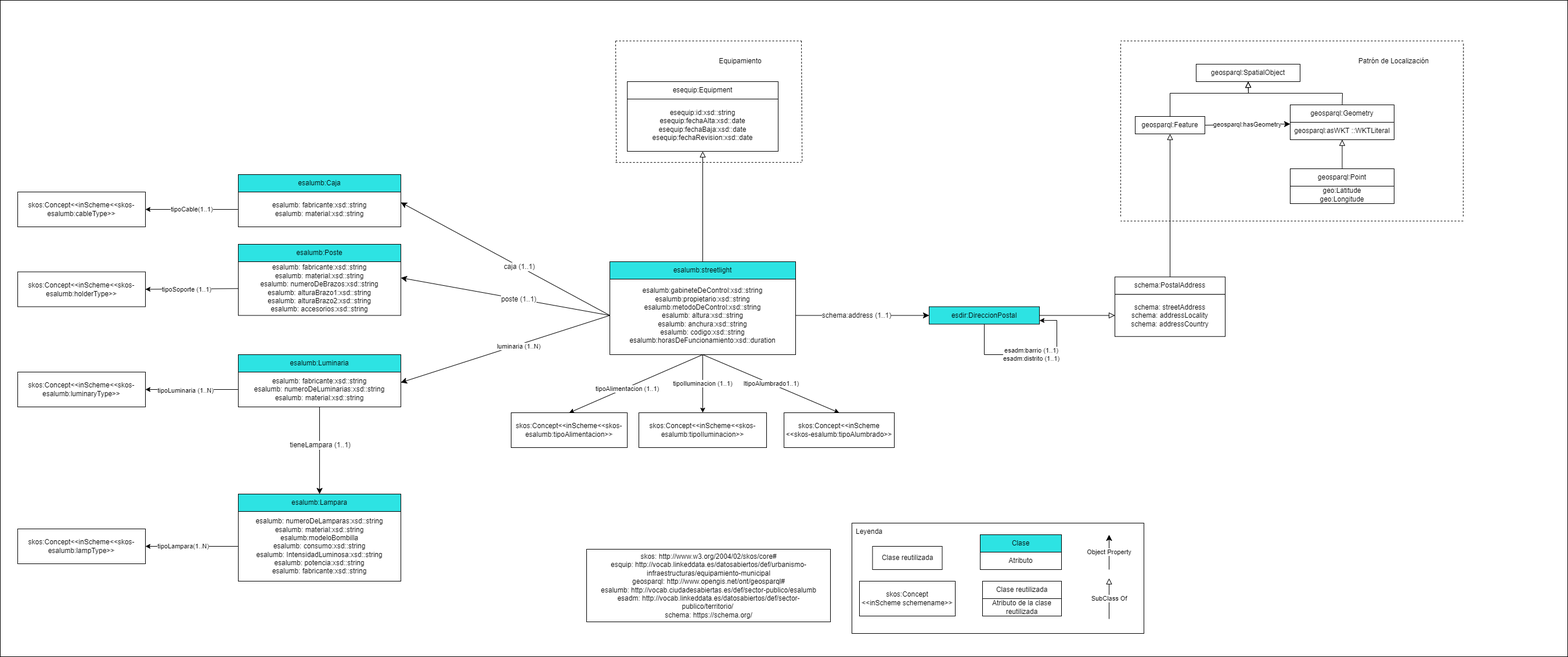
opencitydata/urbanismo-infraestructuras-alumbrado-publico keeps this draw.io diagram as v1.0-rc/images/Es/Diagrama Alumbrado.png. Above is the earlier version. Source tidied: cells renumbered, new cells last; positions are measured from the earlier drawing's top-left corner, leaving out a move shared by most shapes.
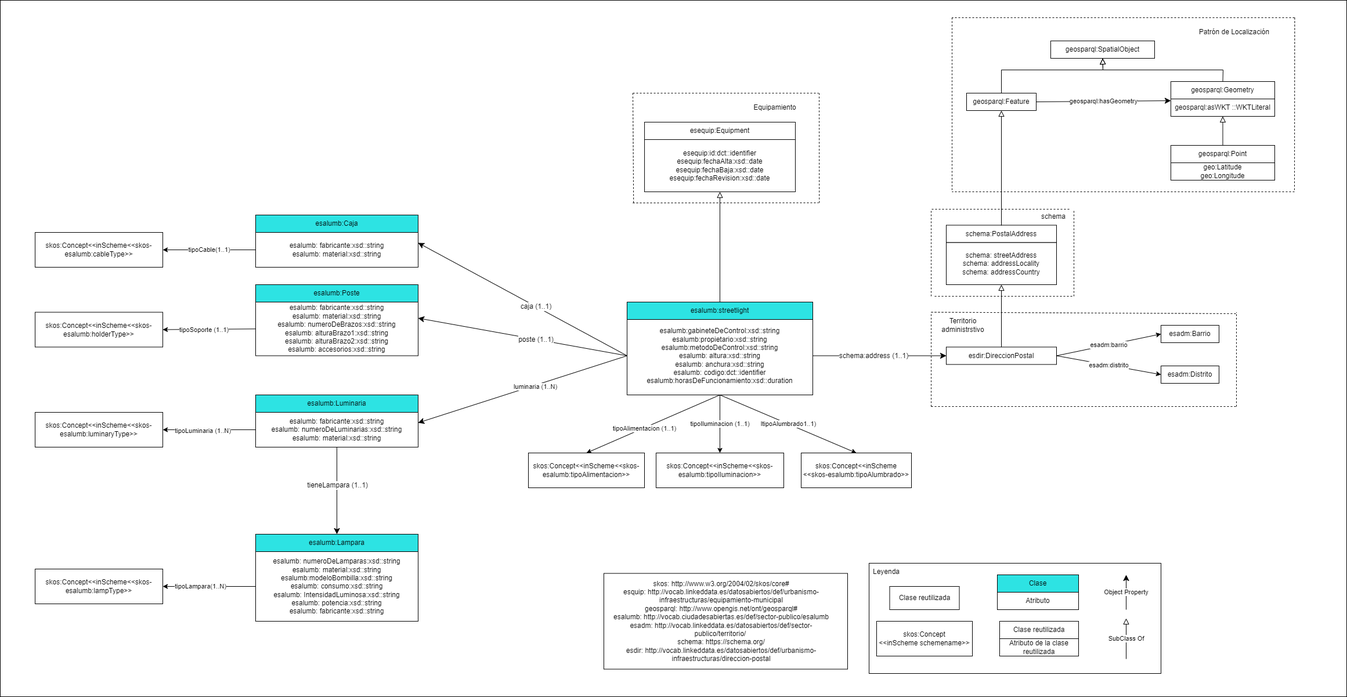
Above is the later version.

Change to the diagram source:
```diff
@@ -4,6 +4,6 @@
     <mxCell id="1" parent="0" />
-    <mxCell id="2" style="rounded=0;whiteSpace=wrap;html=1;fillColor=#FFFFFF;" parent="1" vertex="1">
-      <mxGeometry width="2700" height="1130" as="geometry" />
-    </mxCell>
+    <mxCell id="84" style="rounded=0;whiteSpace=wrap;html=1;" parent="1" vertex="1">
+      <mxGeometry x="-30" y="-70" width="2320" height="1200" as="geometry" />
+    </mxCell>
-    <mxCell id="3" value="&lt;span&gt;esalumb:gabineteDeControl:xsd::string&lt;/span&gt;&lt;u&gt;&lt;br&gt;&lt;/u&gt;esalumb:propietario:xsd::string&lt;br&gt;esalumb:metodoDeControl:xsd::string&lt;br&gt;esalumb: altura:xsd::string&lt;br&gt;esalumb: anchura:xsd::string&lt;br&gt;esalumb: codigo:xsd::string&lt;br&gt;esalumb:horasDeFuncionamiento:xsd::duration&lt;span&gt;&lt;br&gt;&lt;/span&gt;" style="rounded=0;whiteSpace=wrap;html=1;snapToPoint=1;points=[[0.1,0],[0.2,0],[0.3,0],[0.4,0],[0.5,0],[0.6,0],[0.7,0],[0.8,0],[0.9,0],[0,0.1],[0,0.3],[0,0.5],[0,0.7],[0,0.9],[0.1,1],[0.2,1],[0.3,1],[0.4,1],[0.5,1],[0.6,1],[0.7,1],[0.8,1],[0.9,1],[1,0.1],[1,0.3],[1,0.5],[1,0.7],[1,0.9]];" parent="1" vertex="1">
+    <mxCell id="3" value="&lt;span&gt;esalumb:gabineteDeControl:xsd::string&lt;/span&gt;&lt;u&gt;&lt;br&gt;&lt;/u&gt;esalumb:propietario:xsd::string&lt;br&gt;esalumb:metodoDeControl:xsd::string&lt;br&gt;esalumb: altura:xsd::string&lt;br&gt;esalumb: anchura:xsd::string&lt;br&gt;esalumb: codigo:dct::identifier&lt;br&gt;esalumb:horasDeFuncionamiento:xsd::duration&lt;span&gt;&lt;br&gt;&lt;/span&gt;" style="rounded=0;whiteSpace=wrap;html=1;snapToPoint=1;points=[[0.1,0],[0.2,0],[0.3,0],[0.4,0],[0.5,0],[0.6,0],[0.7,0],[0.8,0],[0.9,0],[0,0.1],[0,0.3],[0,0.5],[0,0.7],[0,0.9],[0.1,1],[0.2,1],[0.3,1],[0.4,1],[0.5,1],[0.6,1],[0.7,1],[0.8,1],[0.9,1],[1,0.1],[1,0.3],[1,0.5],[1,0.7],[1,0.9]];" parent="1" vertex="1">
       <mxGeometry x="1050" y="475" width="320" height="135" as="geometry" />
@@ -13,3 +13,3 @@
     </mxCell>
-    <mxCell id="5" value="esdir:DireccionPostal" style="rounded=0;whiteSpace=wrap;html=1;snapToPoint=1;points=[[0.1,0],[0.2,0],[0.3,0],[0.4,0],[0.5,0],[0.6,0],[0.7,0],[0.8,0],[0.9,0],[0,0.1],[0,0.3],[0,0.5],[0,0.7],[0,0.9],[0.1,1],[0.2,1],[0.3,1],[0.4,1],[0.5,1],[0.6,1],[0.7,1],[0.8,1],[0.9,1],[1,0.1],[1,0.3],[1,0.5],[1,0.7],[1,0.9]];fillColor=#2DE3E3;" parent="1" vertex="1">
+    <mxCell id="5" value="esdir:DireccionPostal" style="rounded=0;whiteSpace=wrap;html=1;snapToPoint=1;points=[[0.1,0],[0.2,0],[0.3,0],[0.4,0],[0.5,0],[0.6,0],[0.7,0],[0.8,0],[0.9,0],[0,0.1],[0,0.3],[0,0.5],[0,0.7],[0,0.9],[0.1,1],[0.2,1],[0.3,1],[0.4,1],[0.5,1],[0.6,1],[0.7,1],[0.8,1],[0.9,1],[1,0.1],[1,0.3],[1,0.5],[1,0.7],[1,0.9]];fillColor=#FFFFFF;" parent="1" vertex="1">
       <mxGeometry x="1600" y="527.5" width="190" height="30" as="geometry" />
@@ -37,3 +37,3 @@
     </mxCell>
-    <mxCell id="13" value="esalumb: numeroDeLamparas:xsd::string&lt;br&gt;esalumb: material:xsd::string&lt;br&gt;esalumb:modeloBombilla&lt;br&gt;esalumb: consumo:xsd::string&lt;br&gt;esalumb: IntensidadLuminosa:xsd::string&lt;br&gt;esalumb: potencia:xsd::string&lt;br&gt;esalumb: fabricante:xsd::string" style="rounded=0;whiteSpace=wrap;html=1;snapToPoint=1;points=[[0.1,0],[0.2,0],[0.3,0],[0.4,0],[0.5,0],[0.6,0],[0.7,0],[0.8,0],[0.9,0],[0,0.1],[0,0.3],[0,0.5],[0,0.7],[0,0.9],[0.1,1],[0.2,1],[0.3,1],[0.4,1],[0.5,1],[0.6,1],[0.7,1],[0.8,1],[0.9,1],[1,0.1],[1,0.3],[1,0.5],[1,0.7],[1,0.9]];fillColor=#FFFFFF;" parent="1" vertex="1">
+    <mxCell id="13" value="esalumb: numeroDeLamparas:xsd::string&lt;br&gt;esalumb: material:xsd::string&lt;br&gt;esalumb:modeloBombilla:xsd::string&lt;br&gt;esalumb: consumo:xsd::string&lt;br&gt;esalumb: IntensidadLuminosa:xsd::string&lt;br&gt;esalumb: potencia:xsd::string&lt;br&gt;esalumb: fabricante:xsd::string" style="rounded=0;whiteSpace=wrap;html=1;snapToPoint=1;points=[[0.1,0],[0.2,0],[0.3,0],[0.4,0],[0.5,0],[0.6,0],[0.7,0],[0.8,0],[0.9,0],[0,0.1],[0,0.3],[0,0.5],[0,0.7],[0,0.9],[0.1,1],[0.2,1],[0.3,1],[0.4,1],[0.5,1],[0.6,1],[0.7,1],[0.8,1],[0.9,1],[1,0.1],[1,0.3],[1,0.5],[1,0.7],[1,0.9]];fillColor=#FFFFFF;" parent="1" vertex="1">
       <mxGeometry x="410" y="880" width="280" height="120" as="geometry" />
@@ -72,9 +72,9 @@
     <mxCell id="23" value="geosparql:Feature" style="rounded=0;whiteSpace=wrap;html=1;snapToPoint=1;points=[[0.1,0],[0.2,0],[0.3,0],[0.4,0],[0.5,0],[0.6,0],[0.7,0],[0.8,0],[0.9,0],[0,0.1],[0,0.3],[0,0.5],[0,0.7],[0,0.9],[0.1,1],[0.2,1],[0.3,1],[0.4,1],[0.5,1],[0.6,1],[0.7,1],[0.8,1],[0.9,1],[1,0.1],[1,0.3],[1,0.5],[1,0.7],[1,0.9]];" parent="1" vertex="1">
-      <mxGeometry x="1955" y="200" width="120" height="30" as="geometry" />
+      <mxGeometry x="1635" y="90" width="120" height="30" as="geometry" />
     </mxCell>
     <mxCell id="24" value="geosparql:asWKT ::WKTLiteral" style="rounded=0;whiteSpace=wrap;html=1;snapToPoint=1;points=[[0.1,0],[0.2,0],[0.3,0],[0.4,0],[0.5,0],[0.6,0],[0.7,0],[0.8,0],[0.9,0],[0,0.1],[0,0.3],[0,0.5],[0,0.7],[0,0.9],[0.1,1],[0.2,1],[0.3,1],[0.4,1],[0.5,1],[0.6,1],[0.7,1],[0.8,1],[0.9,1],[1,0.1],[1,0.3],[1,0.5],[1,0.7],[1,0.9]];" parent="1" vertex="1">
-      <mxGeometry x="2222" y="210" width="179" height="30" as="geometry" />
+      <mxGeometry x="1987" y="100" width="179" height="30" as="geometry" />
     </mxCell>
     <mxCell id="25" value="geosparql:Geometry" style="rounded=0;whiteSpace=wrap;html=1;snapToPoint=1;points=[[0.1,0],[0.2,0],[0.3,0],[0.4,0],[0.5,0],[0.6,0],[0.7,0],[0.8,0],[0.9,0],[0,0.1],[0,0.3],[0,0.5],[0,0.7],[0,0.9],[0.1,1],[0.2,1],[0.3,1],[0.4,1],[0.5,1],[0.6,1],[0.7,1],[0.8,1],[0.9,1],[1,0.1],[1,0.3],[1,0.5],[1,0.7],[1,0.9]];" parent="1" vertex="1">
-      <mxGeometry x="2222" y="180" width="179" height="30" as="geometry" />
+      <mxGeometry x="1987" y="70" width="179" height="30" as="geometry" />
     </mxCell>
@@ -87,9 +87,9 @@
     <mxCell id="28" value="geo:Latitude&lt;br&gt;geo:Longitude" style="rounded=0;whiteSpace=wrap;html=1;" parent="1" vertex="1">
-      <mxGeometry x="2222" y="320" width="179" height="30" as="geometry" />
+      <mxGeometry x="1987" y="210" width="179" height="30" as="geometry" />
     </mxCell>
     <mxCell id="29" value="geosparql:Point" style="rounded=0;whiteSpace=wrap;html=1;snapToPoint=1;points=[[0.1,0],[0.2,0],[0.3,0],[0.4,0],[0.5,0],[0.6,0],[0.7,0],[0.8,0],[0.9,0],[0,0.1],[0,0.3],[0,0.5],[0,0.7],[0,0.9],[0.1,1],[0.2,1],[0.3,1],[0.4,1],[0.5,1],[0.6,1],[0.7,1],[0.8,1],[0.9,1],[1,0.1],[1,0.3],[1,0.5],[1,0.7],[1,0.9]];" parent="1" vertex="1">
-      <mxGeometry x="2222" y="290" width="179" height="30" as="geometry" />
+      <mxGeometry x="1987" y="180" width="179" height="30" as="geometry" />
     </mxCell>
     <mxCell id="30" value="geosparql:SpatialObject" style="rounded=0;whiteSpace=wrap;html=1;snapToPoint=1;points=[[0.1,0],[0.2,0],[0.3,0],[0.4,0],[0.5,0],[0.6,0],[0.7,0],[0.8,0],[0.9,0],[0,0.1],[0,0.3],[0,0.5],[0,0.7],[0,0.9],[0.1,1],[0.2,1],[0.3,1],[0.4,1],[0.5,1],[0.6,1],[0.7,1],[0.8,1],[0.9,1],[1,0.1],[1,0.3],[1,0.5],[1,0.7],[1,0.9]];" parent="1" vertex="1">
-      <mxGeometry x="2060" y="110" width="179" height="30" as="geometry" />
+      <mxGeometry x="1780" width="179" height="30" as="geometry" />
     </mxCell>
@@ -141,8 +141,8 @@
     <mxCell id="44" value="Patrón de Localización" style="text;html=1;strokeColor=none;fillColor=none;align=center;verticalAlign=middle;whiteSpace=wrap;rounded=0;" parent="1" vertex="1">
-      <mxGeometry x="2330" y="90" width="140.5" height="30" as="geometry" />
+      <mxGeometry x="2025.5" y="-30" width="140.5" height="30" as="geometry" />
     </mxCell>
     <mxCell id="45" value="Equipamiento" style="text;html=1;strokeColor=none;fillColor=none;align=center;verticalAlign=middle;whiteSpace=wrap;rounded=0;" parent="1" vertex="1">
-      <mxGeometry x="1220" y="90" width="110" height="30" as="geometry" />
+      <mxGeometry x="1250" y="100" width="110" height="30" as="geometry" />
     </mxCell>
-    <mxCell id="46" value="esequip:id:xsd::string&lt;br&gt;esequip:fechaAlta:xsd::date&lt;br&gt;esequip:fechaBaja:xsd::date&lt;br&gt;esequip:fechaRevision:xsd::date" style="rounded=0;whiteSpace=wrap;html=1;snapToPoint=1;points=[[0.1,0],[0.2,0],[0.3,0],[0.4,0],[0.5,0],[0.6,0],[0.7,0],[0.8,0],[0.9,0],[0,0.1],[0,0.3],[0,0.5],[0,0.7],[0,0.9],[0.1,1],[0.2,1],[0.3,1],[0.4,1],[0.5,1],[0.6,1],[0.7,1],[0.8,1],[0.9,1],[1,0.1],[1,0.3],[1,0.5],[1,0.7],[1,0.9]];" parent="1" vertex="1">
+    <mxCell id="46" value="esequip:id:dct::identifier&lt;br&gt;esequip:fechaAlta:xsd::date&lt;br&gt;esequip:fechaBaja:xsd::date&lt;br&gt;esequip:fechaRevision:xsd::date" style="rounded=0;whiteSpace=wrap;html=1;snapToPoint=1;points=[[0.1,0],[0.2,0],[0.3,0],[0.4,0],[0.5,0],[0.6,0],[0.7,0],[0.8,0],[0.9,0],[0,0.1],[0,0.3],[0,0.5],[0,0.7],[0,0.9],[0.1,1],[0.2,1],[0.3,1],[0.4,1],[0.5,1],[0.6,1],[0.7,1],[0.8,1],[0.9,1],[1,0.1],[1,0.3],[1,0.5],[1,0.7],[1,0.9]];" parent="1" vertex="1">
       <mxGeometry x="1080.1" y="170" width="259.9" height="90" as="geometry" />
@@ -217,6 +217,6 @@
       <mxGeometry relative="1" as="geometry">
-        <mxPoint x="1060" y="70" as="sourcePoint" />
-        <mxPoint x="1380" y="70" as="targetPoint" />
+        <mxPoint x="1060" y="90" as="sourcePoint" />
+        <mxPoint x="1380" y="90" as="targetPoint" />
         <Array as="points">
-          <mxPoint x="1140" y="70" />
+          <mxPoint x="1140" y="90" />
         </Array>
@@ -230,5 +230,5 @@
     </mxCell>
-    <mxCell id="69" style="endArrow=none;dashed=1;html=1;rounded=0;exitX=0.344;exitY=0.107;exitDx=0;exitDy=0;exitPerimeter=0;" parent="1" edge="1">
+    <mxCell id="69" style="endArrow=none;dashed=1;html=1;rounded=0;" parent="1" edge="1">
       <mxGeometry relative="1" as="geometry">
-        <mxPoint x="1060" y="70.2" as="sourcePoint" />
+        <mxPoint x="1060" y="90" as="sourcePoint" />
         <mxPoint x="1061.2" y="280" as="targetPoint" />
@@ -236,5 +236,5 @@
     </mxCell>
-    <mxCell id="70" style="endArrow=none;dashed=1;html=1;rounded=0;exitX=0.344;exitY=0.107;exitDx=0;exitDy=0;exitPerimeter=0;" parent="1" edge="1">
+    <mxCell id="70" style="endArrow=none;dashed=1;html=1;rounded=0;" parent="1" edge="1">
       <mxGeometry relative="1" as="geometry">
-        <mxPoint x="1380" y="70" as="sourcePoint" />
+        <mxPoint x="1381" y="90" as="sourcePoint" />
         <mxPoint x="1381.2" y="279.8" as="targetPoint" />
@@ -244,4 +244,4 @@
       <mxGeometry relative="1" as="geometry">
-        <mxPoint x="1930" y="75" as="sourcePoint" />
-        <mxPoint x="1930" y="375" as="targetPoint" />
+        <mxPoint x="1610" y="-40" as="sourcePoint" />
+        <mxPoint x="1610" y="260" as="targetPoint" />
       </mxGeometry>
@@ -250,4 +250,4 @@
       <mxGeometry relative="1" as="geometry">
-        <mxPoint x="2520.4" y="75" as="sourcePoint" />
-        <mxPoint x="2520" y="375" as="targetPoint" />
+        <mxPoint x="2200.4" y="-40" as="sourcePoint" />
+        <mxPoint x="2200" y="260" as="targetPoint" />
       </mxGeometry>
@@ -256,4 +256,4 @@
       <mxGeometry relative="1" as="geometry">
-        <mxPoint x="2520" y="380" as="sourcePoint" />
-        <mxPoint x="1930" y="380" as="targetPoint" />
+        <mxPoint x="2200" y="260" as="sourcePoint" />
+        <mxPoint x="1610" y="260" as="targetPoint" />
       </mxGeometry>
@@ -262,4 +262,4 @@
       <mxGeometry relative="1" as="geometry">
-        <mxPoint x="2520" y="70" as="sourcePoint" />
-        <mxPoint x="1930" y="70" as="targetPoint" />
+        <mxPoint x="2200" y="-40" as="sourcePoint" />
+        <mxPoint x="1610" y="-40" as="targetPoint" />
       </mxGeometry>
@@ -267,31 +267,58 @@
     <mxCell id="75" style="rounded=0;whiteSpace=wrap;html=1;" parent="1" vertex="1">
-      <mxGeometry x="1010" y="945" width="420" height="125" as="geometry" />
+      <mxGeometry x="1010" y="917.5" width="420" height="165" as="geometry" />
     </mxCell>
-    <mxCell id="76" value="skos: http://www.w3.org/2004/02/skos/core#&lt;br&gt;esquip: http://vocab.linkeddata.es/datosabiertos/def/urbanismo-infraestructuras/equipamiento-municipal&lt;br&gt;geosparql: http://www.opengis.net/ont/geosparql#&lt;br&gt;esalumb: http://vocab.ciudadesabiertas.es/def/sector-publico/esalumb&lt;br&gt;esadm: http://vocab.linkeddata.es/datosabiertos/def/sector-publico/territorio/&amp;nbsp;&lt;br&gt;schema: https://schema.org/" style="text;html=1;strokeColor=none;fillColor=none;align=center;verticalAlign=middle;whiteSpace=wrap;rounded=0;" parent="1" vertex="1">
-      <mxGeometry x="1017.5" y="950" width="405" height="115" as="geometry" />
+    <mxCell id="76" value="skos: http://www.w3.org/2004/02/skos/core#&lt;br&gt;esquip: http://vocab.linkeddata.es/datosabiertos/def/urbanismo-infraestructuras/equipamiento-municipal&lt;br&gt;geosparql: http://www.opengis.net/ont/geosparql#&lt;br&gt;esalumb: http://vocab.ciudadesabiertas.es/def/sector-publico/esalumb&lt;br&gt;esadm: http://vocab.linkeddata.es/datosabiertos/def/sector-publico/territorio/&amp;nbsp;&lt;br&gt;schema: https://schema.org/&lt;br&gt;esdir: http://vocab.linkeddata.es/datosabiertos/def/urbanismo-infraestructuras/direccion-postal" style="text;html=1;strokeColor=none;fillColor=none;align=center;verticalAlign=middle;whiteSpace=wrap;rounded=0;" parent="1" vertex="1">
+      <mxGeometry x="1010" y="920" width="405" height="160" as="geometry" />
     </mxCell>
     <mxCell id="77" value="schema:PostalAddress" style="rounded=0;whiteSpace=wrap;html=1;snapToPoint=1;points=[[0.1,0],[0.2,0],[0.3,0],[0.4,0],[0.5,0],[0.6,0],[0.7,0],[0.8,0],[0.9,0],[0,0.1],[0,0.3],[0,0.5],[0,0.7],[0,0.9],[0.1,1],[0.2,1],[0.3,1],[0.4,1],[0.5,1],[0.6,1],[0.7,1],[0.8,1],[0.9,1],[1,0.1],[1,0.3],[1,0.5],[1,0.7],[1,0.9]];fillColor=#FFFFFF;" parent="1" vertex="1">
-      <mxGeometry x="1920" y="476.3" width="190" height="30" as="geometry" />
+      <mxGeometry x="1600" y="317.5" width="190" height="30" as="geometry" />
     </mxCell>
     <mxCell id="78" value="schema: streetAddress&lt;br&gt;schema: addressLocality&lt;br&gt;schema: addressCountry" style="rounded=0;whiteSpace=wrap;html=1;snapToPoint=1;points=[[0.1,0],[0.2,0],[0.3,0],[0.4,0],[0.5,0],[0.6,0],[0.7,0],[0.8,0],[0.9,0],[0,0.1],[0,0.3],[0,0.5],[0,0.7],[0,0.9],[0.1,1],[0.2,1],[0.3,1],[0.4,1],[0.5,1],[0.6,1],[0.7,1],[0.8,1],[0.9,1],[1,0.1],[1,0.3],[1,0.5],[1,0.7],[1,0.9]];" parent="1" vertex="1">
-      <mxGeometry x="1920" y="506.3" width="190" height="72.5" as="geometry" />
+      <mxGeometry x="1600" y="347.5" width="190" height="72.5" as="geometry" />
     </mxCell>
-    <mxCell id="79" style="endArrow=block;html=1;fontColor=#000099;endFill=0;endSize=8;arcSize=0;rounded=0;entryX=0;entryY=0.5;entryDx=0;entryDy=0;exitX=1;exitY=0.5;exitDx=0;exitDy=0;" parent="1" edge="1" target="78">
-      <mxGeometry relative="1" as="geometry">
-        <mxPoint x="1790" y="542.5" as="sourcePoint" />
-      </mxGeometry>
+    <mxCell id="79" style="endArrow=block;html=1;fontColor=#000099;endFill=0;endSize=8;arcSize=0;rounded=0;entryX=0.5;entryY=1;entryDx=0;entryDy=0;exitX=0.5;exitY=0;exitDx=0;exitDy=0;" parent="1" edge="1" source="5" target="78">
+      <mxGeometry relative="1" as="geometry" />
     </mxCell>
-    <mxCell id="80" style="endArrow=block;html=1;fontColor=#000099;endFill=0;endSize=8;arcSize=0;rounded=0;entryX=0.5;entryY=1;entryDx=0;entryDy=0;exitX=0.5;exitY=0;exitDx=0;exitDy=0;" parent="1" edge="1" source="77" target="23">
+    <mxCell id="80" style="endArrow=block;html=1;fontColor=#000099;endFill=0;endSize=8;arcSize=0;rounded=0;entryX=0.5;entryY=1;entryDx=0;entryDy=0;" parent="1" edge="1" source="77" target="23">
       <mxGeometry relative="1" as="geometry" />
     </mxCell>
-    <mxCell id="81" value="esadm:barrio (1..1)&lt;br&gt;esadm:distrito (1..1)" style="endArrow=classic;html=1;rounded=0;exitX=0.5;exitY=1;exitDx=0;exitDy=0;entryX=1;entryY=0.7;entryDx=0;entryDy=0;" parent="1" edge="1" source="5">
-      <mxGeometry relative="1" as="geometry">
-        <mxPoint x="1790" y="551.3" as="targetPoint" />
-        <Array as="points">
-          <mxPoint x="1695" y="610" />
-          <mxPoint x="1820" y="610" />
-          <mxPoint x="1820" y="551" />
-        </Array>
-      </mxGeometry>
-    </mxCell>
+    <mxCell id="85" value="esadm:Barrio" style="rounded=0;whiteSpace=wrap;html=1;snapToPoint=1;points=[[0.1,0],[0.2,0],[0.3,0],[0.4,0],[0.5,0],[0.6,0],[0.7,0],[0.8,0],[0.9,0],[0,0.1],[0,0.3],[0,0.5],[0,0.7],[0,0.9],[0.1,1],[0.2,1],[0.3,1],[0.4,1],[0.5,1],[0.6,1],[0.7,1],[0.8,1],[0.9,1],[1,0.1],[1,0.3],[1,0.5],[1,0.7],[1,0.9]];fillColor=#FFFFFF;" parent="1" vertex="1">
+      <mxGeometry x="1970" y="490" width="100" height="30" as="geometry" />
+    </mxCell>
+    <mxCell id="86" value="esadm:Distrito" style="rounded=0;whiteSpace=wrap;html=1;snapToPoint=1;points=[[0.1,0],[0.2,0],[0.3,0],[0.4,0],[0.5,0],[0.6,0],[0.7,0],[0.8,0],[0.9,0],[0,0.1],[0,0.3],[0,0.5],[0,0.7],[0,0.9],[0.1,1],[0.2,1],[0.3,1],[0.4,1],[0.5,1],[0.6,1],[0.7,1],[0.8,1],[0.9,1],[1,0.1],[1,0.3],[1,0.5],[1,0.7],[1,0.9]];fillColor=#FFFFFF;" parent="1" vertex="1">
+      <mxGeometry x="1970" y="560" width="100" height="30" as="geometry" />
+    </mxCell>
+    <mxCell id="87" value="esadm:barrio" style="endArrow=classic;html=1;rounded=0;exitX=1;exitY=0.5;exitDx=0;exitDy=0;entryX=0;entryY=0.5;entryDx=0;entryDy=0;" parent="1" edge="1" source="5" target="85">
+      <mxGeometry relative="1" as="geometry" />
+    </mxCell>
+    <mxCell id="88" value="esadm:distrito" style="endArrow=classic;html=1;rounded=0;exitX=1;exitY=0.5;exitDx=0;exitDy=0;entryX=0;entryY=0.5;entryDx=0;entryDy=0;" parent="1" edge="1" source="5" target="86">
+      <mxGeometry relative="1" as="geometry" />
+    </mxCell>
+    <mxCell id="89" style="endArrow=none;dashed=1;html=1;rounded=0;" parent="1" edge="1">
+      <mxGeometry relative="1" as="geometry">
+        <mxPoint x="1574" y="630" as="sourcePoint" />
+        <mxPoint x="1574" y="470" as="targetPoint" />
+      </mxGeometry>
+    </mxCell>
+    <mxCell id="90" style="endArrow=none;dashed=1;html=1;rounded=0;" parent="1" edge="1">
+      <mxGeometry relative="1" as="geometry">
+        <mxPoint x="2100" y="630" as="sourcePoint" />
+        <mxPoint x="2100" y="467.5" as="targetPoint" />
+      </mxGeometry>
+    </mxCell>
+    <mxCell id="91" style="endArrow=none;dashed=1;html=1;rounded=0;" parent="1" edge="1">
+      <mxGeometry relative="1" as="geometry">
+        <mxPoint x="1574" y="630" as="sourcePoint" />
+        <mxPoint x="2100" y="630" as="targetPoint" />
+      </mxGeometry>
+    </mxCell>
+    <mxCell id="92" style="endArrow=none;dashed=1;html=1;rounded=0;" parent="1" edge="1">
+      <mxGeometry relative="1" as="geometry">
+        <mxPoint x="1574" y="467.5" as="sourcePoint" />
+        <mxPoint x="2100" y="470" as="targetPoint" />
+      </mxGeometry>
+    </mxCell>
+    <mxCell id="93" value="Territorio administrstivo" style="text;html=1;strokeColor=none;fillColor=none;align=center;verticalAlign=middle;whiteSpace=wrap;rounded=0;" parent="1" vertex="1">
+      <mxGeometry x="1574" y="475" width="110" height="30" as="geometry" />
+    </mxCell>
     <mxCell id="82" style="endArrow=block;html=1;fontColor=#000099;endFill=0;endSize=8;arcSize=0;rounded=0;entryX=0.5;entryY=1;entryDx=0;entryDy=0;exitX=0.5;exitY=0;exitDx=0;exitDy=0;" parent="1" edge="1" source="23" target="30">
@@ -299,4 +326,4 @@
         <Array as="points">
-          <mxPoint x="2015" y="160" />
-          <mxPoint x="2150" y="160" />
+          <mxPoint x="1695" y="50" />
+          <mxPoint x="1870" y="50" />
         </Array>
@@ -307,4 +334,4 @@
         <Array as="points">
-          <mxPoint x="2312" y="160" />
-          <mxPoint x="2150" y="160" />
+          <mxPoint x="2077" y="50" />
+          <mxPoint x="1870" y="50" />
         </Array>
@@ -312,2 +339,29 @@
     </mxCell>
+    <mxCell id="94" style="endArrow=none;dashed=1;html=1;rounded=0;" parent="1" edge="1">
+      <mxGeometry relative="1" as="geometry">
+        <mxPoint x="1820" y="440" as="sourcePoint" />
+        <mxPoint x="1820" y="290" as="targetPoint" />
+      </mxGeometry>
+    </mxCell>
+    <mxCell id="95" style="endArrow=none;dashed=1;html=1;rounded=0;" parent="1" edge="1">
+      <mxGeometry relative="1" as="geometry">
+        <mxPoint x="1574" y="440" as="sourcePoint" />
+        <mxPoint x="1574" y="290" as="targetPoint" />
+      </mxGeometry>
+    </mxCell>
+    <mxCell id="96" style="endArrow=none;dashed=1;html=1;rounded=0;" parent="1" edge="1">
+      <mxGeometry relative="1" as="geometry">
+        <mxPoint x="1580" y="440" as="sourcePoint" />
+        <mxPoint x="1820" y="440" as="targetPoint" />
+      </mxGeometry>
+    </mxCell>
+    <mxCell id="97" style="endArrow=none;dashed=1;html=1;rounded=0;" parent="1" edge="1">
+      <mxGeometry relative="1" as="geometry">
+        <mxPoint x="1575" y="290" as="sourcePoint" />
+        <mxPoint x="1815" y="290" as="targetPoint" />
+      </mxGeometry>
+    </mxCell>
+    <mxCell id="98" value="schema" style="text;html=1;strokeColor=none;fillColor=none;align=center;verticalAlign=middle;whiteSpace=wrap;rounded=0;" parent="1" vertex="1">
+      <mxGeometry x="1755" y="287.5" width="60" height="30" as="geometry" />
+    </mxCell>
   </root>
```
